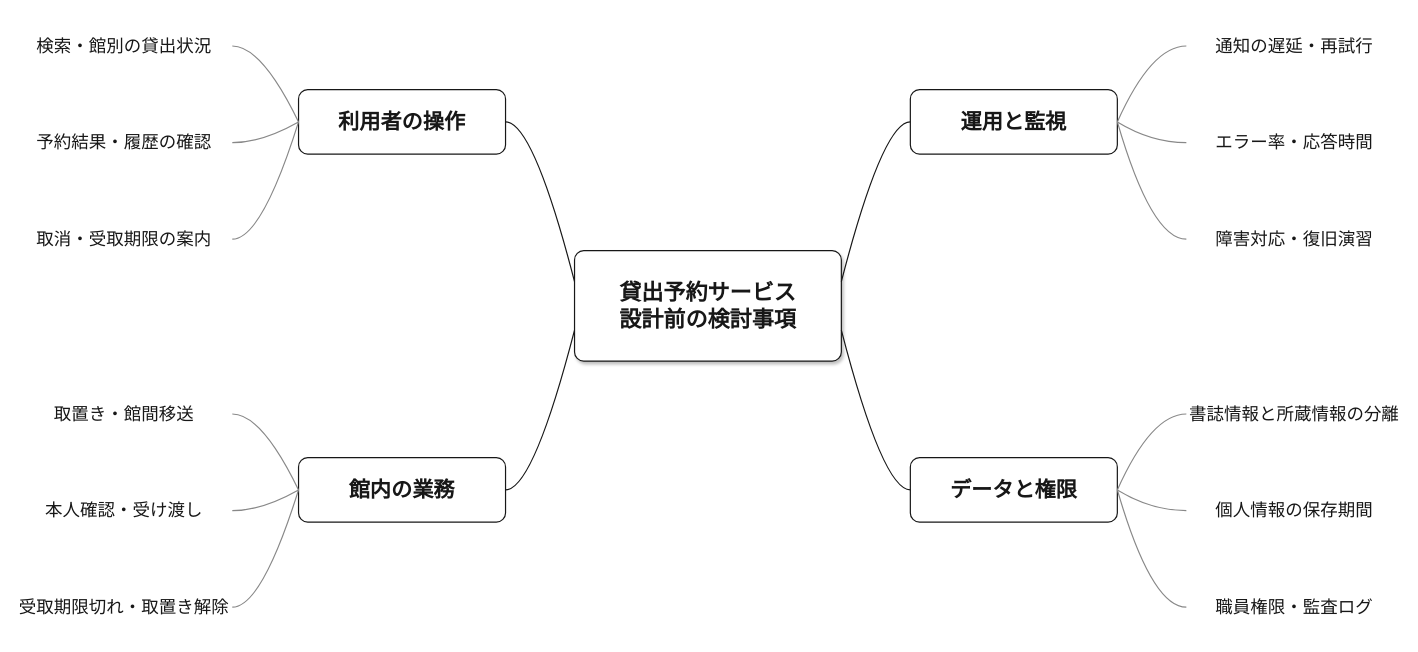
The draw.io diagram page "マインドマップ" (5 of 22) of samples/diagram-gallery.drawio in sakikuroe/marp-template-kit, before the edit. Source tidied: cells renumbered, new cells numbered last; positions are measured from the earlier drawing's top-left corner, leaving out a move shared by most shapes. Both pictures are drawn from the tidied source at 92%, with x=0, y=0 at pixel (16, 16).
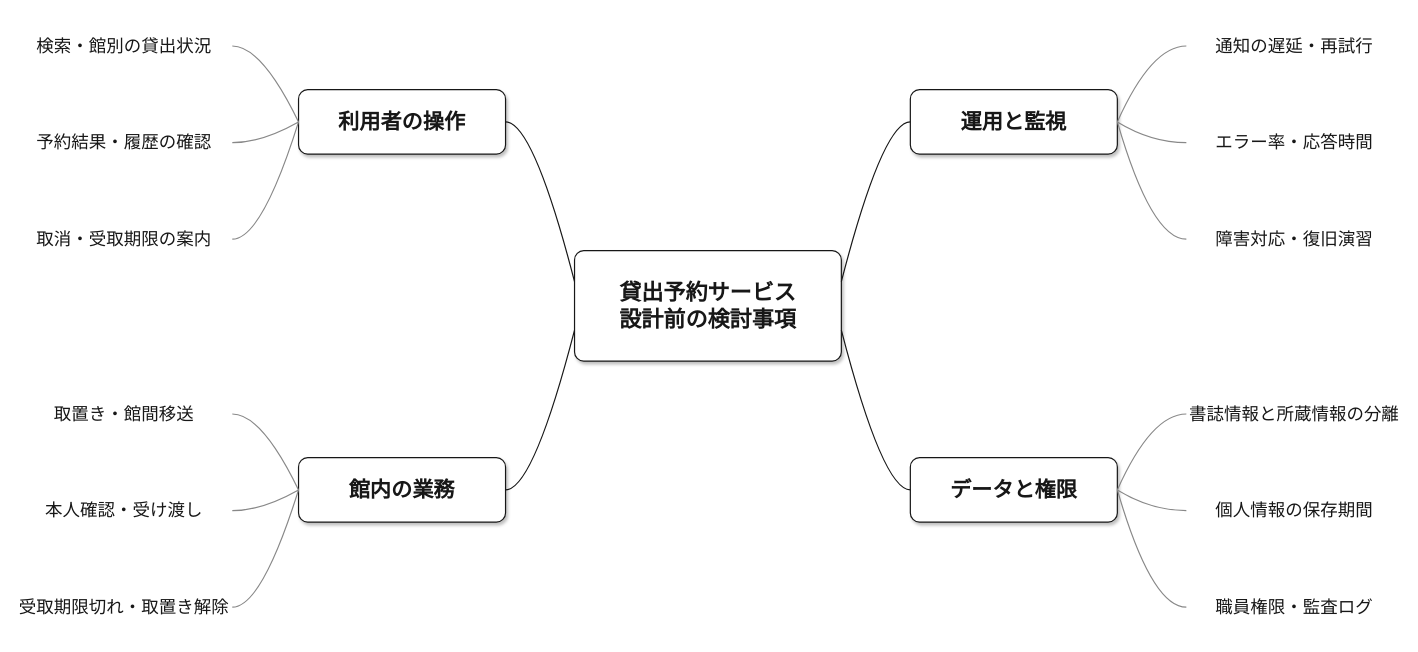
After the change.

Change to the diagram source:
```diff
@@
-    <mxCell id="3" value="利用者の操作" style="rounded=1;absoluteArcSize=1;arcSize=20;whiteSpace=wrap;html=0;fontFamily=GenEi M Gothic v2;fontColor=#171717;fontStyle=1;fontSize=23;strokeColor=#171717;fillColor=#ffffff;strokeWidth=1.3;shadow=0;" parent="1" vertex="1">
+    <mxCell id="3" value="利用者の操作" style="rounded=1;absoluteArcSize=1;arcSize=20;whiteSpace=wrap;html=0;fontFamily=GenEi M Gothic v2;fontColor=#171717;fontStyle=1;fontSize=23;strokeColor=#171717;fillColor=#ffffff;strokeWidth=1.3;shadow=1;" parent="1" vertex="1">
       <mxGeometry x="307" y="80" width="225" height="70" as="geometry" />
     </mxCell>
@@
-    <mxCell id="11" value="館内の業務" style="rounded=1;absoluteArcSize=1;arcSize=20;whiteSpace=wrap;html=0;fontFamily=GenEi M Gothic v2;fontColor=#171717;fontStyle=1;fontSize=23;strokeColor=#171717;fillColor=#ffffff;strokeWidth=1.3;shadow=0;" parent="1" vertex="1">
+    <mxCell id="11" value="館内の業務" style="rounded=1;absoluteArcSize=1;arcSize=20;whiteSpace=wrap;html=0;fontFamily=GenEi M Gothic v2;fontColor=#171717;fontStyle=1;fontSize=23;strokeColor=#171717;fillColor=#ffffff;strokeWidth=1.3;shadow=1;" parent="1" vertex="1">
       <mxGeometry x="307" y="480" width="225" height="70" as="geometry" />
     </mxCell>
@@
-    <mxCell id="19" value="運用と監視" style="rounded=1;absoluteArcSize=1;arcSize=20;whiteSpace=wrap;html=0;fontFamily=GenEi M Gothic v2;fontColor=#171717;fontStyle=1;fontSize=23;strokeColor=#171717;fillColor=#ffffff;strokeWidth=1.3;shadow=0;" parent="1" vertex="1">
+    <mxCell id="19" value="運用と監視" style="rounded=1;absoluteArcSize=1;arcSize=20;whiteSpace=wrap;html=0;fontFamily=GenEi M Gothic v2;fontColor=#171717;fontStyle=1;fontSize=23;strokeColor=#171717;fillColor=#ffffff;strokeWidth=1.3;shadow=1;" parent="1" vertex="1">
       <mxGeometry x="972" y="80" width="225" height="70" as="geometry" />
     </mxCell>
@@
-    <mxCell id="27" value="データと権限" style="rounded=1;absoluteArcSize=1;arcSize=20;whiteSpace=wrap;html=0;fontFamily=GenEi M Gothic v2;fontColor=#171717;fontStyle=1;fontSize=23;strokeColor=#171717;fillColor=#ffffff;strokeWidth=1.3;shadow=0;" parent="1" vertex="1">
+    <mxCell id="27" value="データと権限" style="rounded=1;absoluteArcSize=1;arcSize=20;whiteSpace=wrap;html=0;fontFamily=GenEi M Gothic v2;fontColor=#171717;fontStyle=1;fontSize=23;strokeColor=#171717;fillColor=#ffffff;strokeWidth=1.3;shadow=1;" parent="1" vertex="1">
       <mxGeometry x="972" y="480" width="225" height="70" as="geometry" />
     </mxCell>
```
